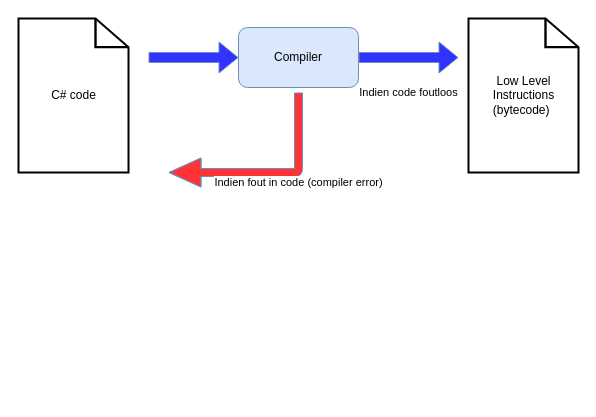
timdams/csharpbook keeps this draw.io diagram as page "intro" (2 of 5) of assets/svg diagrams.drawio. Above is the earlier version. Source tidied: cells renumbered, new cells numbered last; positions are measured from the earlier drawing's top-left corner, leaving out a move shared by most shapes. Both pictures are drawn from the tidied source at 100%, with x=0, y=0 at pixel (18, 18).
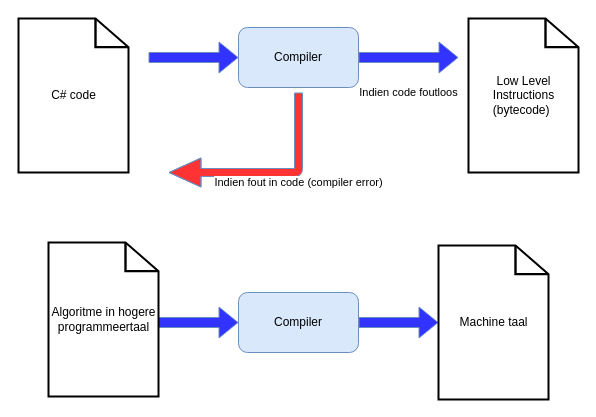
The same page after the edit.

Diff of the diagram source:
```diff
@@
 <mxGraphModel>
   <root>
     <mxCell id="0" />
     <mxCell id="1" parent="0" />
     <mxCell id="2" value="Compiler" style="rounded=1;whiteSpace=wrap;html=1;strokeColor=#6c8ebf;fillColor=#dae8fc;" parent="1" vertex="1">
       <mxGeometry x="220" y="9" width="120" height="60" as="geometry" />
     </mxCell>
     <mxCell id="3" style="shape=flexArrow;endArrow=classic;html=1;fillColor=#3333FF;strokeColor=#6c8ebf;entryX=0;entryY=0.5;entryDx=0;entryDy=0;" parent="1" edge="1" target="2">
       <mxGeometry relative="1" as="geometry">
         <mxPoint x="130" y="39" as="sourcePoint" />
       </mxGeometry>
     </mxCell>
     <mxCell id="4" value="Indien code foutloos" style="shape=flexArrow;endArrow=classic;html=1;fillColor=#3333FF;strokeColor=#6c8ebf;exitX=1;exitY=0.5;exitDx=0;exitDy=0;" parent="1" edge="1" source="2">
       <mxGeometry y="-35" relative="1" as="geometry">
         <mxPoint x="440" y="39" as="targetPoint" />
       </mxGeometry>
     </mxCell>
     <mxCell id="5" value="Indien fout in code (compiler error)" style="shape=flexArrow;endArrow=classic;html=1;fillColor=#FF3333;strokeColor=#6c8ebf;width=8;endSize=10.33;" parent="1" edge="1">
       <mxGeometry x="-0.24" y="10" relative="1" as="geometry">
         <mxPoint x="280" y="74" as="sourcePoint" />
         <mxPoint x="150" y="154" as="targetPoint" />
         <Array as="points">
           <mxPoint x="280" y="154" />
         </Array>
       </mxGeometry>
     </mxCell>
     <mxCell id="6" value="C# code" style="shape=mxgraph.cisco.misc.page_icon;html=1;dashed=0;strokeWidth=2;verticalLabelPosition=middle;verticalAlign=middle;labelPosition=center;align=center;" parent="1" vertex="1">
       <mxGeometry width="110" height="154" as="geometry" />
     </mxCell>
     <mxCell id="7" value="Low Level &lt;br&gt;Instructions &lt;br&gt;&lt;div style=&quot;text-align: left&quot;&gt;&lt;span&gt;(bytecode)&lt;/span&gt;&lt;/div&gt;" style="shape=mxgraph.cisco.misc.page_icon;html=1;dashed=0;strokeWidth=2;verticalLabelPosition=middle;verticalAlign=middle;labelPosition=center;align=center;" parent="1" vertex="1">
       <mxGeometry x="450" width="110" height="154" as="geometry" />
     </mxCell>
+    <mxCell id="8" value="Compiler" style="rounded=1;whiteSpace=wrap;html=1;strokeColor=#6c8ebf;fillColor=#dae8fc;" parent="1" vertex="1">
+      <mxGeometry x="220" y="274" width="120" height="60" as="geometry" />
+    </mxCell>
+    <mxCell id="9" style="shape=flexArrow;endArrow=classic;html=1;fillColor=#3333FF;strokeColor=#6c8ebf;entryX=0;entryY=0.5;entryDx=0;entryDy=0;" parent="1" edge="1" target="8">
+      <mxGeometry relative="1" as="geometry">
+        <mxPoint x="120" y="304" as="sourcePoint" />
+      </mxGeometry>
+    </mxCell>
+    <mxCell id="10" style="shape=flexArrow;endArrow=classic;html=1;fillColor=#3333FF;strokeColor=#6c8ebf;exitX=1;exitY=0.5;exitDx=0;exitDy=0;entryX=0;entryY=0.5;entryDx=0;entryDy=0;entryPerimeter=0;" parent="1" edge="1" source="8" target="12">
+      <mxGeometry y="-35" relative="1" as="geometry" />
+    </mxCell>
+    <mxCell id="11" value="Algoritme in hogere &lt;br&gt;programmeertaal" style="shape=mxgraph.cisco.misc.page_icon;html=1;dashed=0;strokeWidth=2;verticalLabelPosition=middle;verticalAlign=middle;labelPosition=center;align=center;" parent="1" vertex="1">
+      <mxGeometry x="30" y="224" width="110" height="154" as="geometry" />
+    </mxCell>
+    <mxCell id="12" value="Machine taal" style="shape=mxgraph.cisco.misc.page_icon;html=1;dashed=0;strokeWidth=2;verticalLabelPosition=middle;verticalAlign=middle;labelPosition=center;align=center;" parent="1" vertex="1">
+      <mxGeometry x="420" y="227" width="110" height="154" as="geometry" />
+    </mxCell>
   </root>
 </mxGraphModel>
```
